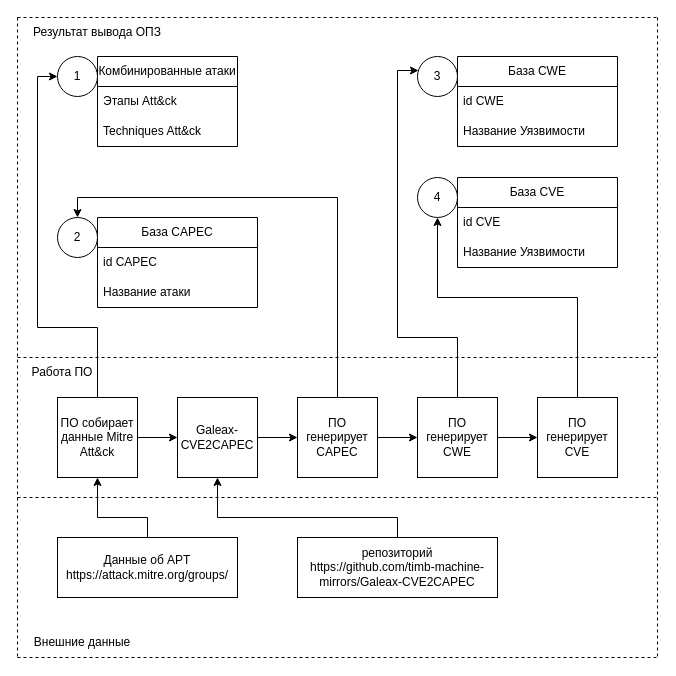
SmirnovBogdan8/Diplom keeps this draw.io diagram as New_Shema_OPZ/(Обновленная схема ОПЗ) Входные данные.drawio. Above is the earlier version. Source tidied: cells renumbered, new cells numbered last; positions are measured from the earlier drawing's top-left corner, leaving out a move shared by most shapes. Both pictures are drawn from the tidied source at 100%, with x=0, y=0 at pixel (17, 17).
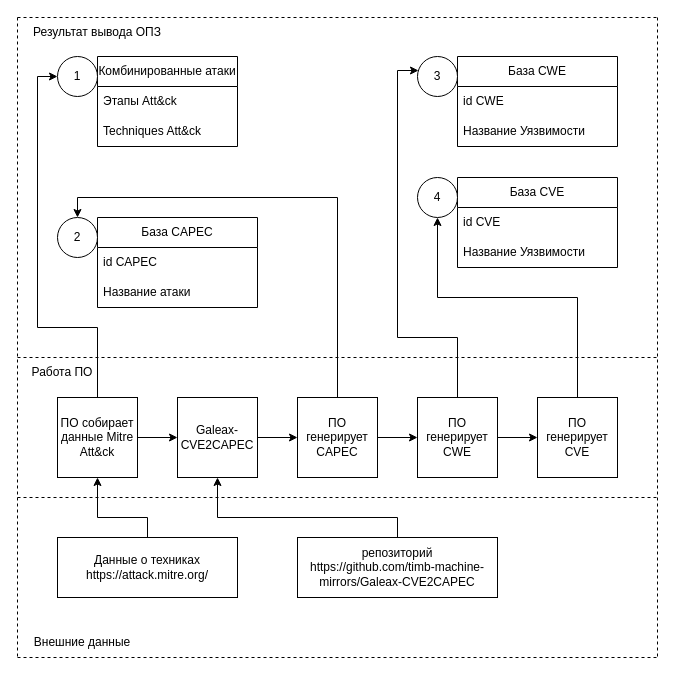
Above is the later version.

Commit message (it also covers changes not shown here):
Создание директории для дополнительных данных

Diff of the diagram source:
```diff
@@
-    <mxCell id="33" value="Данные об APT&lt;br&gt;https://attack.mitre.org/groups/" style="rounded=0;whiteSpace=wrap;html=1;" parent="1" vertex="1">
+    <mxCell id="33" value="Данные о техниках&lt;br&gt;https://attack.mitre.org/" style="rounded=0;whiteSpace=wrap;html=1;" parent="1" vertex="1">
       <mxGeometry x="40" y="520" width="180" height="60" as="geometry" />
     </mxCell>
```
